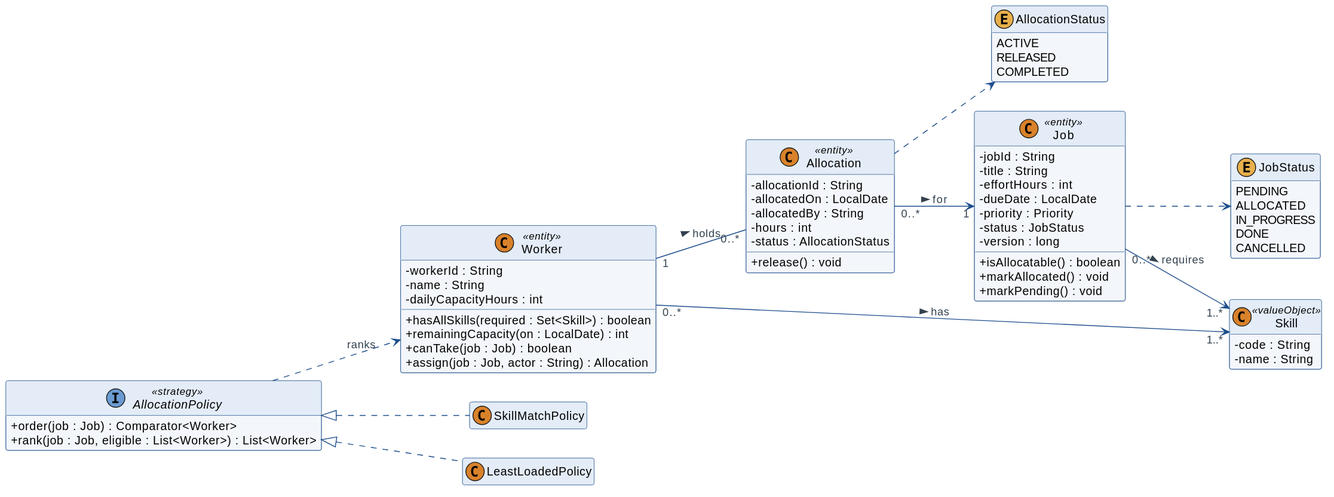
The PlantUML diagram diagrams/svg/06-domain.svg in jaricsng/ooad-3tier-job-allocation, before a commit.
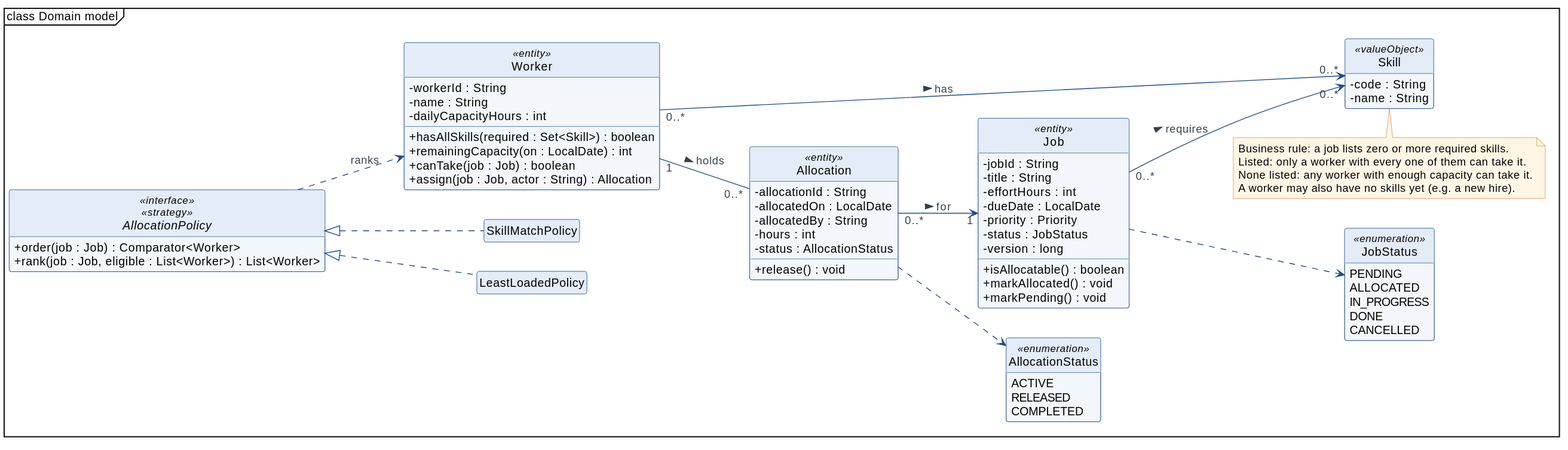
Later version of the same file.

What changed in the source:
```diff
@@ -1,5 +1,6 @@
 @startuml
 !include style.iuml
+mainframe class Domain model
 skinparam classAttributeIconSize 0
 hide empty members
 left to right direction
@@ -37,19 +38,19 @@
   -code : String
   -name : String
 }
-enum JobStatus {
+enum JobStatus <<enumeration>> {
   PENDING
   ALLOCATED
   IN_PROGRESS
   DONE
   CANCELLED
 }
-enum AllocationStatus {
+enum AllocationStatus <<enumeration>> {
   ACTIVE
   RELEASED
   COMPLETED
 }
-interface AllocationPolicy <<strategy>> {
+interface AllocationPolicy <<interface>> <<strategy>> {
   +order(job : Job) : Comparator<Worker>
   +rank(job : Job, eligible : List<Worker>) : List<Worker>
 }
@@ -58,8 +59,14 @@
 
 Worker "1" -- "0..*" Allocation : holds >
 Allocation "0..*" --> "1" Job : for >
-Worker "0..*" --> "1..*" Skill : has >
-Job "0..*" --> "1..*" Skill : requires >
+Worker "0..*" --> "0..*" Skill : has >
+Job "0..*" --> "0..*" Skill : requires >
+note bottom of Skill
+  Business rule: a job lists zero or more required skills.
+  Listed: only a worker with every one of them can take it.
+  None listed: any worker with enough capacity can take it.
+  A worker may also have no skills yet (e.g. a new hire).
+end note
 Job ..> JobStatus
 Allocation ..> AllocationStatus
 AllocationPolicy <|.. SkillMatchPolicy
```
